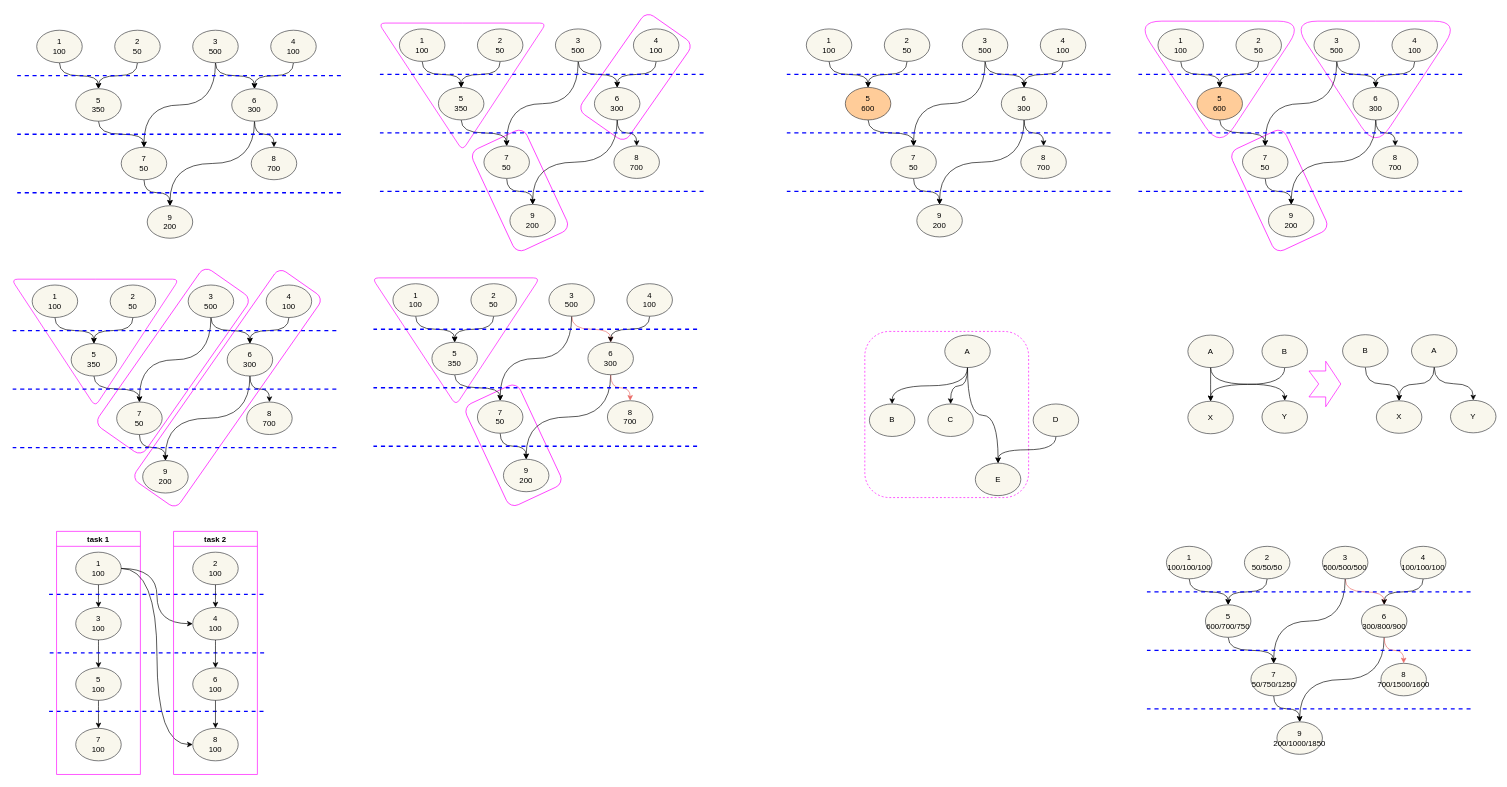
This is GraphSplit.drawio from Dercury/CLDK, a draw.io file, before an edit. Source tidied: cells renumbered, new cells numbered last; positions are measured from the earlier drawing's top-left corner, leaving out a move shared by most shapes. Both pictures are drawn from the tidied source at 65%, with x=0, y=0 at pixel (12, 1).
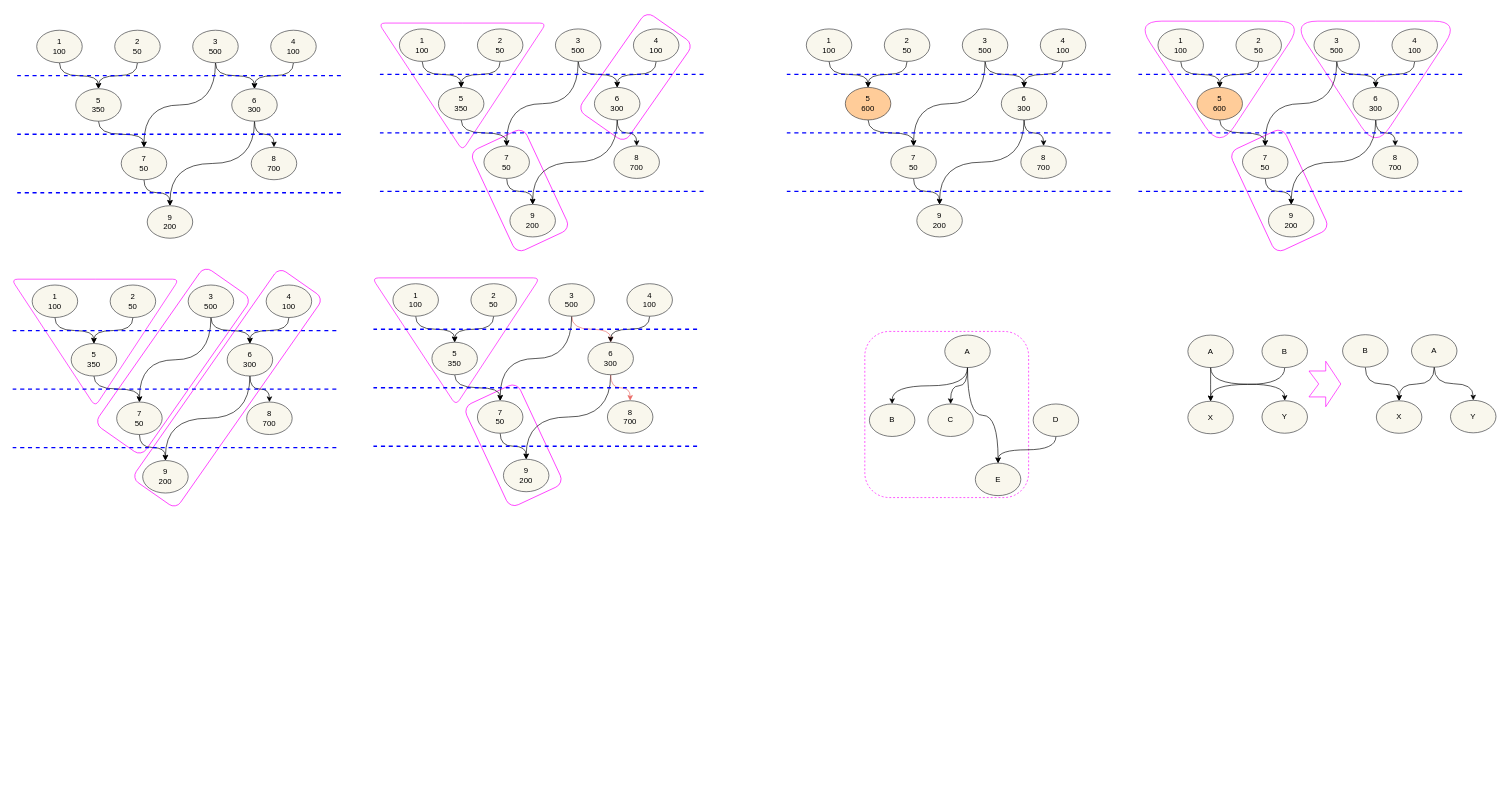
The same diagram, later.

What changed in the source:
```diff
@@
-    <mxCell id="2" value="task 1" style="swimlane;fillColor=none;strokeColor=#FF00FF;" parent="1" vertex="1">
-      <mxGeometry x="67.5" y="816" width="129" height="374" as="geometry" />
-    </mxCell>
-    <mxCell id="3" value="1&lt;br&gt;100" style="ellipse;whiteSpace=wrap;html=1;fillColor=#f9f7ed;strokeColor=#36393d;" parent="2" vertex="1">
-      <mxGeometry x="29.5" y="32" width="70" height="50" as="geometry" />
-    </mxCell>
-    <mxCell id="4" value="3&lt;br&gt;100" style="ellipse;whiteSpace=wrap;html=1;fillColor=#f9f7ed;strokeColor=#36393d;" parent="2" vertex="1">
-      <mxGeometry x="29.5" y="117" width="70" height="50" as="geometry" />
-    </mxCell>
-    <mxCell id="5" style="edgeStyle=orthogonalEdgeStyle;rounded=0;jettySize=auto;html=1;curved=1;" parent="2" edge="1" source="3" target="4">
-      <mxGeometry relative="1" as="geometry" />
-    </mxCell>
-    <mxCell id="6" value="5&lt;br&gt;100" style="ellipse;whiteSpace=wrap;html=1;fillColor=#f9f7ed;strokeColor=#36393d;" parent="2" vertex="1">
-      <mxGeometry x="29.5" y="210" width="70" height="50" as="geometry" />
-    </mxCell>
-    <mxCell id="7" style="edgeStyle=orthogonalEdgeStyle;curved=1;rounded=0;jettySize=auto;html=1;" parent="2" edge="1" source="4" target="6">
-      <mxGeometry relative="1" as="geometry" />
-    </mxCell>
-    <mxCell id="8" value="7&lt;br&gt;100" style="ellipse;whiteSpace=wrap;html=1;fillColor=#f9f7ed;strokeColor=#36393d;" parent="2" vertex="1">
-      <mxGeometry x="29.5" y="303" width="70" height="50" as="geometry" />
-    </mxCell>
-    <mxCell id="9" style="edgeStyle=orthogonalEdgeStyle;curved=1;rounded=0;jettySize=auto;html=1;" parent="2" edge="1" source="6" target="8">
-      <mxGeometry relative="1" as="geometry" />
-    </mxCell>
@@
-    <mxCell id="106" style="edgeStyle=orthogonalEdgeStyle;rounded=0;jettySize=auto;html=1;exitX=0.5;exitY=1;exitDx=0;exitDy=0;entryX=0.5;entryY=0;entryDx=0;entryDy=0;curved=1;" parent="1" edge="1" source="107" target="116">
-      <mxGeometry relative="1" as="geometry" />
-    </mxCell>
-    <mxCell id="107" value="1&lt;br&gt;100/100/100" style="ellipse;whiteSpace=wrap;html=1;fillColor=#f9f7ed;strokeColor=#36393d;" parent="1" vertex="1">
-      <mxGeometry x="1775" y="839" width="70" height="50" as="geometry" />
-    </mxCell>
-    <mxCell id="108" style="edgeStyle=orthogonalEdgeStyle;rounded=0;jettySize=auto;html=1;exitX=0.5;exitY=1;exitDx=0;exitDy=0;entryX=0.5;entryY=0;entryDx=0;entryDy=0;curved=1;" parent="1" edge="1" source="109" target="116">
-      <mxGeometry relative="1" as="geometry" />
-    </mxCell>
-    <mxCell id="109" value="2&lt;br&gt;50/50/50" style="ellipse;whiteSpace=wrap;html=1;fillColor=#f9f7ed;strokeColor=#36393d;" parent="1" vertex="1">
-      <mxGeometry x="1895" y="839" width="70" height="50" as="geometry" />
-    </mxCell>
-    <mxCell id="110" style="edgeStyle=orthogonalEdgeStyle;curved=1;rounded=0;jettySize=auto;html=1;exitX=0.5;exitY=1;exitDx=0;exitDy=0;entryX=0.5;entryY=0;entryDx=0;entryDy=0;strokeColor=#EA6B66;" parent="1" edge="1" source="112" target="119">
-      <mxGeometry relative="1" as="geometry" />
-    </mxCell>
-    <mxCell id="111" style="edgeStyle=orthogonalEdgeStyle;curved=1;rounded=0;jettySize=auto;html=1;exitX=0.5;exitY=1;exitDx=0;exitDy=0;entryX=0.5;entryY=0;entryDx=0;entryDy=0;" parent="1" edge="1" source="112" target="121">
-      <mxGeometry relative="1" as="geometry" />
-    </mxCell>
-    <mxCell id="112" value="3&lt;br&gt;500/500/500" style="ellipse;whiteSpace=wrap;html=1;fillColor=#f9f7ed;strokeColor=#36393d;" parent="1" vertex="1">
-      <mxGeometry x="2015" y="839" width="70" height="50" as="geometry" />
-    </mxCell>
-    <mxCell id="113" style="edgeStyle=orthogonalEdgeStyle;curved=1;rounded=0;jettySize=auto;html=1;exitX=0.5;exitY=1;exitDx=0;exitDy=0;entryX=0.5;entryY=0;entryDx=0;entryDy=0;" parent="1" edge="1" source="114" target="119">
-      <mxGeometry relative="1" as="geometry" />
-    </mxCell>
-    <mxCell id="114" value="4&lt;br&gt;100/100/100" style="ellipse;whiteSpace=wrap;html=1;fillColor=#f9f7ed;strokeColor=#36393d;" parent="1" vertex="1">
-      <mxGeometry x="2135" y="839" width="70" height="50" as="geometry" />
-    </mxCell>
-    <mxCell id="115" style="edgeStyle=orthogonalEdgeStyle;curved=1;rounded=0;jettySize=auto;html=1;exitX=0.5;exitY=1;exitDx=0;exitDy=0;entryX=0.5;entryY=0;entryDx=0;entryDy=0;" parent="1" edge="1" source="116" target="121">
-      <mxGeometry relative="1" as="geometry" />
-    </mxCell>
-    <mxCell id="116" value="5&lt;br&gt;600/700/750" style="ellipse;whiteSpace=wrap;html=1;fillColor=#f9f7ed;strokeColor=#36393d;" parent="1" vertex="1">
-      <mxGeometry x="1835" y="929" width="70" height="50" as="geometry" />
-    </mxCell>
-    <mxCell id="117" style="edgeStyle=orthogonalEdgeStyle;curved=1;rounded=0;jettySize=auto;html=1;exitX=0.5;exitY=1;exitDx=0;exitDy=0;entryX=0.5;entryY=0;entryDx=0;entryDy=0;" parent="1" edge="1" source="119" target="122">
-      <mxGeometry relative="1" as="geometry" />
-    </mxCell>
-    <mxCell id="118" style="edgeStyle=orthogonalEdgeStyle;curved=1;rounded=0;jettySize=auto;html=1;exitX=0.5;exitY=1;exitDx=0;exitDy=0;strokeColor=#EA6B66;" parent="1" edge="1" source="119" target="123">
-      <mxGeometry relative="1" as="geometry" />
-    </mxCell>
-    <mxCell id="119" value="6&lt;br&gt;300/800/900" style="ellipse;whiteSpace=wrap;html=1;fillColor=#f9f7ed;strokeColor=#36393d;" parent="1" vertex="1">
-      <mxGeometry x="2075" y="929" width="70" height="50" as="geometry" />
-    </mxCell>
-    <mxCell id="120" style="edgeStyle=orthogonalEdgeStyle;curved=1;rounded=0;jettySize=auto;html=1;exitX=0.5;exitY=1;exitDx=0;exitDy=0;entryX=0.5;entryY=0;entryDx=0;entryDy=0;" parent="1" edge="1" source="121" target="122">
-      <mxGeometry relative="1" as="geometry" />
-    </mxCell>
-    <mxCell id="121" value="7&lt;br&gt;50/750/1250" style="ellipse;whiteSpace=wrap;html=1;fillColor=#f9f7ed;strokeColor=#36393d;" parent="1" vertex="1">
-      <mxGeometry x="1905" y="1019" width="70" height="50" as="geometry" />
-    </mxCell>
-    <mxCell id="122" value="9&lt;br&gt;200/1000/1850" style="ellipse;whiteSpace=wrap;html=1;fillColor=#f9f7ed;strokeColor=#36393d;" parent="1" vertex="1">
-      <mxGeometry x="1945" y="1109" width="70" height="50" as="geometry" />
-    </mxCell>
-    <mxCell id="123" value="8&lt;br&gt;700/1500/1600" style="ellipse;whiteSpace=wrap;html=1;fillColor=#f9f7ed;strokeColor=#36393d;" parent="1" vertex="1">
-      <mxGeometry x="2105" y="1019" width="70" height="50" as="geometry" />
-    </mxCell>
-    <mxCell id="124" style="endArrow=none;html=1;rounded=0;curved=1;dashed=1;strokeColor=#0000FF;strokeWidth=2;" parent="1" edge="1">
-      <mxGeometry relative="1" as="geometry">
-        <mxPoint x="1745" y="909" as="sourcePoint" />
-        <mxPoint x="2245" y="909" as="targetPoint" />
-      </mxGeometry>
-    </mxCell>
-    <mxCell id="125" style="endArrow=none;html=1;rounded=0;curved=1;dashed=1;strokeColor=#0000FF;strokeWidth=2;" parent="1" edge="1">
-      <mxGeometry relative="1" as="geometry">
-        <mxPoint x="1745" y="999" as="sourcePoint" />
-        <mxPoint x="2245" y="999" as="targetPoint" />
-      </mxGeometry>
-    </mxCell>
-    <mxCell id="126" style="endArrow=none;html=1;rounded=0;curved=1;dashed=1;strokeColor=#0000FF;strokeWidth=2;" parent="1" edge="1">
-      <mxGeometry relative="1" as="geometry">
-        <mxPoint x="1745" y="1089" as="sourcePoint" />
-        <mxPoint x="2245" y="1089" as="targetPoint" />
-      </mxGeometry>
-    </mxCell>
@@
-    <mxCell id="193" style="edgeStyle=orthogonalEdgeStyle;curved=1;rounded=0;jettySize=auto;html=1;entryX=0;entryY=0.5;entryDx=0;entryDy=0;" parent="1" edge="1" source="3" target="200">
-      <mxGeometry relative="1" as="geometry" />
-    </mxCell>
-    <mxCell id="194" style="edgeStyle=orthogonalEdgeStyle;curved=1;rounded=0;jettySize=auto;html=1;entryX=0;entryY=0.5;entryDx=0;entryDy=0;" parent="1" edge="1" source="3" target="204">
-      <mxGeometry relative="1" as="geometry" />
-    </mxCell>
-    <mxCell id="195" style="endArrow=none;html=1;rounded=0;curved=1;dashed=1;strokeColor=#0000FF;strokeWidth=2;" parent="1" edge="1">
-      <mxGeometry relative="1" as="geometry">
-        <mxPoint x="56" y="913" as="sourcePoint" />
-        <mxPoint x="390" y="913" as="targetPoint" />
-      </mxGeometry>
-    </mxCell>
-    <mxCell id="196" style="endArrow=none;html=1;rounded=0;curved=1;dashed=1;strokeColor=#0000FF;strokeWidth=2;" parent="1" edge="1">
-      <mxGeometry relative="1" as="geometry">
-        <mxPoint x="57" y="1003" as="sourcePoint" />
-        <mxPoint x="393" y="1003" as="targetPoint" />
-      </mxGeometry>
-    </mxCell>
-    <mxCell id="197" style="endArrow=none;html=1;rounded=0;curved=1;dashed=1;strokeColor=#0000FF;strokeWidth=2;" parent="1" edge="1">
-      <mxGeometry relative="1" as="geometry">
-        <mxPoint x="56" y="1093" as="sourcePoint" />
-        <mxPoint x="390" y="1093" as="targetPoint" />
-      </mxGeometry>
-    </mxCell>
-    <mxCell id="198" value="task 2" style="swimlane;fillColor=none;strokeColor=#FF00FF;" parent="1" vertex="1">
-      <mxGeometry x="247.5" y="816" width="129" height="374" as="geometry" />
-    </mxCell>
-    <mxCell id="199" value="2&lt;br&gt;100" style="ellipse;whiteSpace=wrap;html=1;fillColor=#f9f7ed;strokeColor=#36393d;" parent="198" vertex="1">
-      <mxGeometry x="29.5" y="32" width="70" height="50" as="geometry" />
-    </mxCell>
-    <mxCell id="200" value="4&lt;br&gt;100" style="ellipse;whiteSpace=wrap;html=1;fillColor=#f9f7ed;strokeColor=#36393d;" parent="198" vertex="1">
-      <mxGeometry x="29.5" y="117" width="70" height="50" as="geometry" />
-    </mxCell>
-    <mxCell id="201" style="edgeStyle=orthogonalEdgeStyle;curved=1;rounded=0;jettySize=auto;html=1;" parent="198" edge="1" source="199" target="200">
-      <mxGeometry relative="1" as="geometry" />
-    </mxCell>
-    <mxCell id="202" value="6&lt;br&gt;100" style="ellipse;whiteSpace=wrap;html=1;fillColor=#f9f7ed;strokeColor=#36393d;" parent="198" vertex="1">
-      <mxGeometry x="29.5" y="210" width="70" height="50" as="geometry" />
-    </mxCell>
-    <mxCell id="203" style="edgeStyle=orthogonalEdgeStyle;curved=1;rounded=0;jettySize=auto;html=1;" parent="198" edge="1" source="200" target="202">
-      <mxGeometry relative="1" as="geometry" />
-    </mxCell>
-    <mxCell id="204" value="8&lt;br&gt;100" style="ellipse;whiteSpace=wrap;html=1;fillColor=#f9f7ed;strokeColor=#36393d;" parent="198" vertex="1">
-      <mxGeometry x="29.5" y="303" width="70" height="50" as="geometry" />
-    </mxCell>
-    <mxCell id="205" style="edgeStyle=orthogonalEdgeStyle;rounded=0;jettySize=auto;html=1;" parent="198" edge="1" source="202" target="204">
-      <mxGeometry relative="1" as="geometry" />
-    </mxCell>
```
